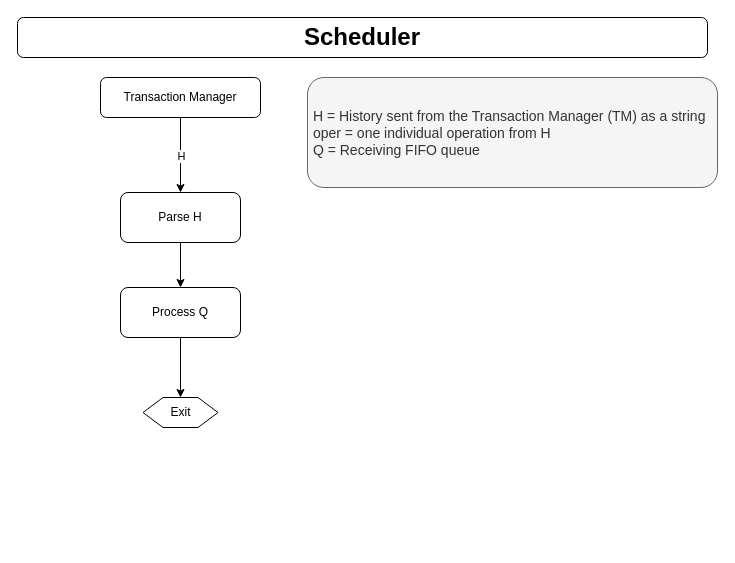
This is Design/CS 5570 Team4 Design - Scheduler.drawio from Rod-Skoglund/CS5570-Project, a draw.io file, before an edit. Source tidied: cells renumbered, new cells numbered last; positions are measured from the earlier drawing's top-left corner, leaving out a move shared by most shapes. Both pictures are drawn from the tidied source at 100%, with x=0, y=0 at pixel (17, 17).
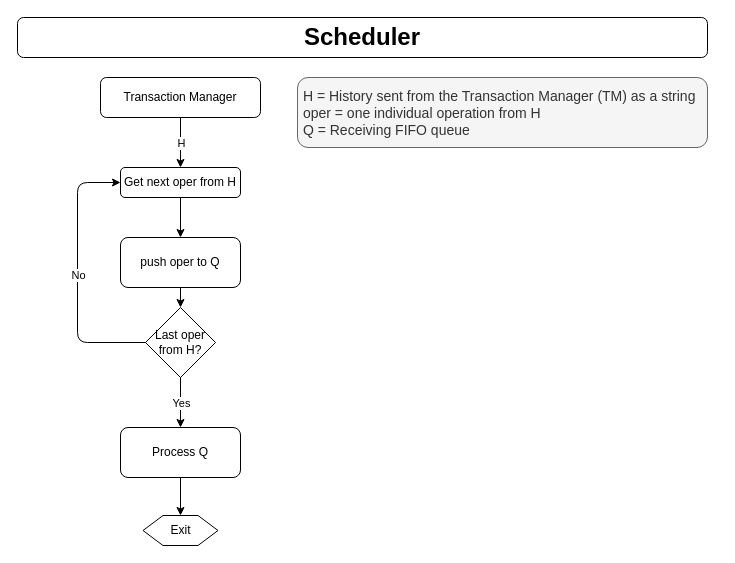
The same diagram, later.

Commit message:
Expanded Parse H in Scheduler

Diff of the diagram source:
```diff
@@
     <mxCell id="4" value="&amp;nbsp;H = History sent from the Transaction Manager (TM) as a string&lt;br&gt;&amp;nbsp;oper = one individual operation from H&lt;br&gt;&amp;nbsp;Q = Receiving FIFO queue" style="text;html=1;align=left;verticalAlign=middle;whiteSpace=wrap;rounded=1;fontSize=14;labelBorderColor=none;spacingTop=2;spacingLeft=0;spacingBottom=0;spacingRight=0;spacing=2;perimeterSpacing=0;strokeWidth=1;labelPadding=-1;fillColor=#f5f5f5;strokeColor=#666666;fontColor=#333333;" parent="1" vertex="1">
-      <mxGeometry x="290" y="60" width="410" height="110" as="geometry" />
+      <mxGeometry x="280" y="60" width="410" height="70" as="geometry" />
     </mxCell>
+    <mxCell id="12" style="edgeStyle=orthogonalEdgeStyle;rounded=0;jettySize=auto;html=1;exitX=0.5;exitY=1;exitDx=0;exitDy=0;" parent="1" edge="1" source="5" target="14">
+      <mxGeometry relative="1" as="geometry" />
+    </mxCell>
-    <mxCell id="5" value="Parse H" style="rounded=1;whiteSpace=wrap;html=1;fontSize=12;glass=0;strokeWidth=1;shadow=0;" parent="1" vertex="1">
-      <mxGeometry x="103" y="175" width="120" height="50" as="geometry" />
+    <mxCell id="5" value="Get next oper from H" style="rounded=1;whiteSpace=wrap;html=1;fontSize=12;glass=0;strokeWidth=1;shadow=0;" parent="1" vertex="1">
+      <mxGeometry x="103" y="150" width="120" height="30" as="geometry" />
     </mxCell>
     <mxCell id="6" value="Exit" style="shape=hexagon;perimeter=hexagonPerimeter2;whiteSpace=wrap;html=1;fixedSize=1;align=center;" parent="1" vertex="1">
-      <mxGeometry x="125.5" y="380" width="75" height="30" as="geometry" />
+      <mxGeometry x="125.5" y="498" width="75" height="30" as="geometry" />
     </mxCell>
@@
     <mxCell id="9" value="Process Q" style="rounded=1;whiteSpace=wrap;html=1;fontSize=12;glass=0;strokeWidth=1;shadow=0;" parent="1" vertex="1">
-      <mxGeometry x="103" y="270" width="120" height="50" as="geometry" />
+      <mxGeometry x="103" y="410" width="120" height="50" as="geometry" />
     </mxCell>
-    <mxCell id="10" style="endArrow=classic;html=1;exitX=0.5;exitY=1;exitDx=0;exitDy=0;" parent="1" edge="1" source="5" target="9">
-      <mxGeometry relative="1" as="geometry" />
-    </mxCell>
@@
+    <mxCell id="13" style="edgeStyle=orthogonalEdgeStyle;rounded=0;jettySize=auto;html=1;exitX=0.5;exitY=1;exitDx=0;exitDy=0;entryX=0.5;entryY=0;entryDx=0;entryDy=0;" parent="1" edge="1" source="14" target="15">
+      <mxGeometry relative="1" as="geometry" />
+    </mxCell>
+    <mxCell id="14" value="push oper to Q" style="rounded=1;whiteSpace=wrap;html=1;fontSize=12;glass=0;strokeWidth=1;shadow=0;" parent="1" vertex="1">
+      <mxGeometry x="103" y="220" width="120" height="50" as="geometry" />
+    </mxCell>
+    <mxCell id="15" value="Last oper from H?" style="rhombus;whiteSpace=wrap;html=1;" parent="1" vertex="1">
+      <mxGeometry x="128" y="290" width="70" height="70" as="geometry" />
+    </mxCell>
+    <mxCell id="16" style="endArrow=classic;html=1;exitX=0.5;exitY=1;exitDx=0;exitDy=0;entryX=0.5;entryY=0;entryDx=0;entryDy=0;" parent="1" edge="1" source="15" target="9">
+      <mxGeometry relative="1" as="geometry" />
+    </mxCell>
+    <mxCell id="17" value="Yes" style="edgeLabel;html=1;align=center;verticalAlign=middle;" parent="16" vertex="1">
+      <mxGeometry relative="1" as="geometry" />
+    </mxCell>
+    <mxCell id="18" style="endArrow=classic;html=1;exitX=0;exitY=0.5;exitDx=0;exitDy=0;edgeStyle=orthogonalEdgeStyle;entryX=0;entryY=0.5;entryDx=0;entryDy=0;" parent="1" edge="1" source="15" target="5">
+      <mxGeometry relative="1" as="geometry">
+        <Array as="points">
+          <mxPoint x="60" y="325" />
+          <mxPoint x="60" y="165" />
+        </Array>
+      </mxGeometry>
+    </mxCell>
+    <mxCell id="19" value="No" style="edgeLabel;html=1;align=center;verticalAlign=middle;" parent="18" vertex="1">
+      <mxGeometry relative="1" as="geometry" />
+    </mxCell>
```
